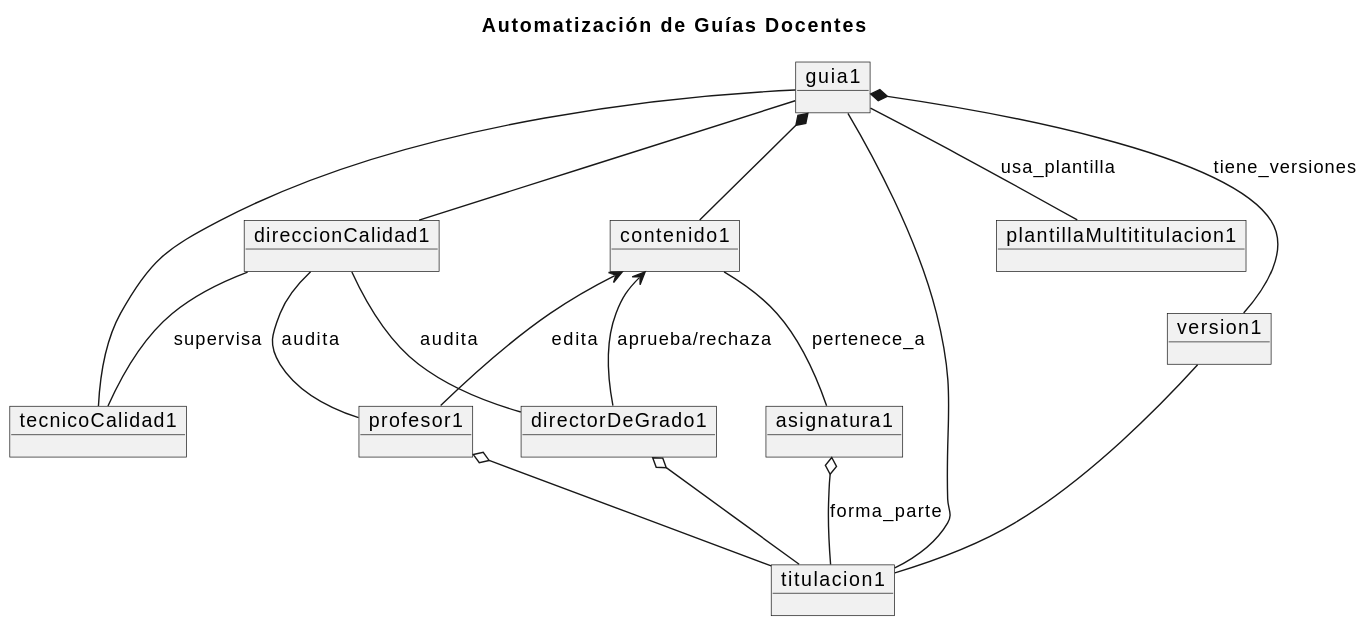
Before: images/modelosUML/DiagramaDeObjetos.svg, a diagram exported from PlantUML (mmasias/24-25-IdSw1-SDR). The source it was exported from:
```plantuml
@startuml
title Automatización de Guías Docentes

object guia1
object direccionCalidad1
object tecnicoCalidad1
object profesor1
object directorDeGrado1
object contenido1
object titulacion1
object asignatura1
object plantillaMultititulacion1
object version1

guia1 -- direccionCalidad1
guia1 -- tecnicoCalidad1
guia1 -- titulacion1
guia1 *-- contenido1
guia1 -- plantillaMultititulacion1 : usa_plantilla
guia1 *-- version1 : tiene_versiones

direccionCalidad1 -- tecnicoCalidad1 : supervisa
direccionCalidad1 -- profesor1 : audita
direccionCalidad1 -- directorDeGrado1 : audita

profesor1 o-- titulacion1
directorDeGrado1 o-- titulacion1
version1 -- titulacion1

contenido1 <-- directorDeGrado1 : aprueba/rechaza
contenido1 <-- profesor1 : edita

contenido1 -- asignatura1 : pertenece_a
asignatura1 o-- titulacion1 : forma_parte
@enduml
```
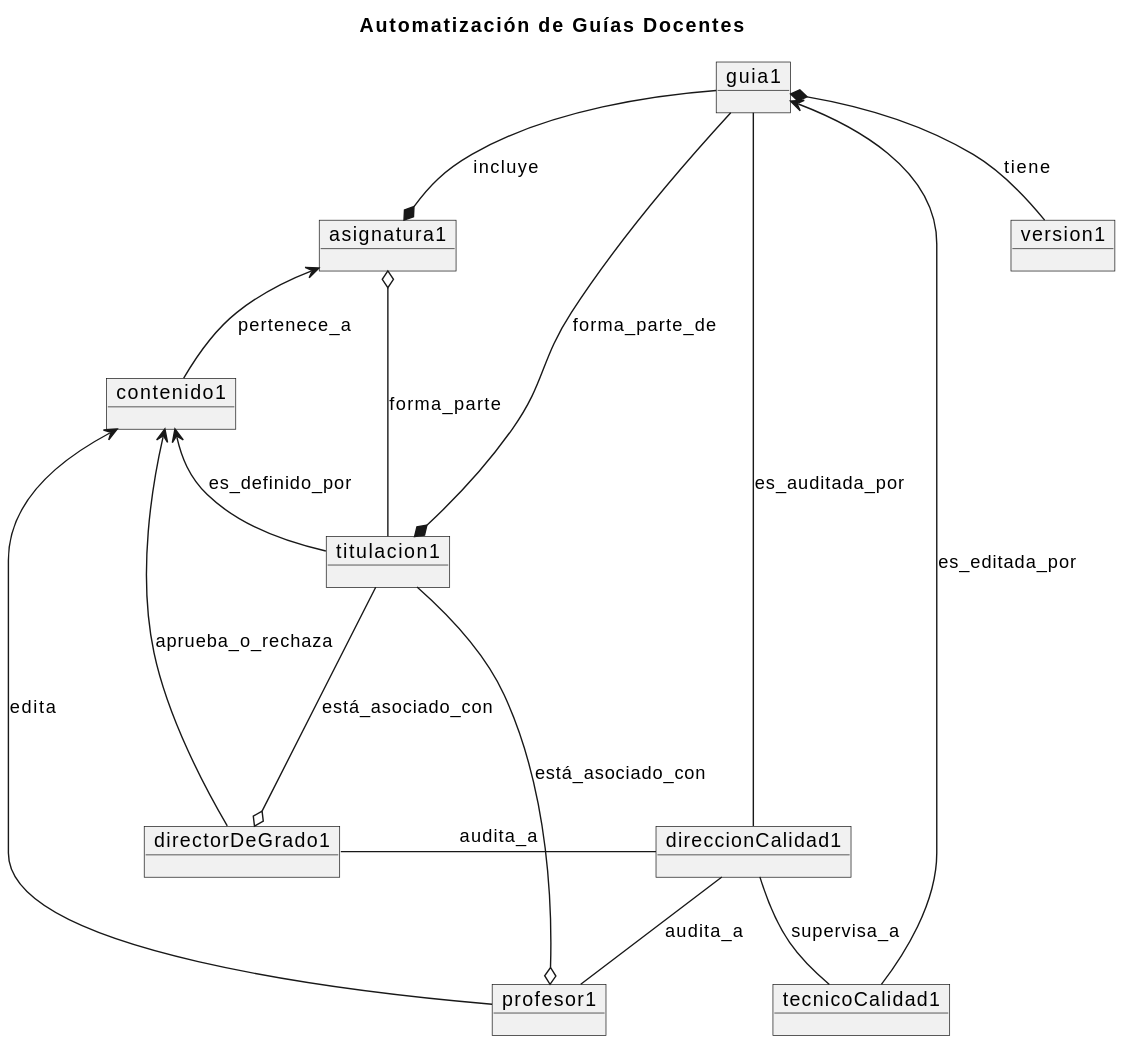
Above is the later version.

Commit message:
feature/ actualizar diagrama de objetos con nueva estructura del diagrama de clases

What changed in the source:
```diff
@@ -9,27 +9,27 @@
 object contenido1
 object titulacion1
 object asignatura1
-object plantillaMultititulacion1
 object version1
 
-guia1 -- direccionCalidad1
-guia1 -- tecnicoCalidad1
-guia1 -- titulacion1
-guia1 *-- contenido1
-guia1 -- plantillaMultititulacion1 : usa_plantilla
-guia1 *-- version1 : tiene_versiones
+guia1 --* titulacion1 : forma_parte_de
+guia1 --* asignatura1 : incluye
 
-direccionCalidad1 -- tecnicoCalidad1 : supervisa
-direccionCalidad1 -- profesor1 : audita
-direccionCalidad1 -- directorDeGrado1 : audita
+asignatura1 <-down- contenido1 : pertenece_a
+asignatura1 o-down- titulacion1 : forma_parte
 
-profesor1 o-- titulacion1
-directorDeGrado1 o-- titulacion1
-version1 -- titulacion1
+guia1 -down- direccionCalidad1 : es_auditada_por
+guia1 <-down- tecnicoCalidad1 : es_editada_por
+guia1 *-down- version1 : tiene
 
-contenido1 <-- directorDeGrado1 : aprueba/rechaza
+contenido1 <-- titulacion1 : es_definido_por
+
+direccionCalidad1 -- tecnicoCalidad1 : supervisa_a
+direccionCalidad1 -- profesor1 : audita_a
+direccionCalidad1 -l-- directorDeGrado1 : audita_a
+
+profesor1 o-up-- titulacion1 : está_asociado_con
+directorDeGrado1 o-up-- titulacion1 : está_asociado_con
+
+contenido1 <- directorDeGrado1 : aprueba_o_rechaza
 contenido1 <-- profesor1 : edita
-
-contenido1 -- asignatura1 : pertenece_a
-asignatura1 o-- titulacion1 : forma_parte
 @enduml
```
